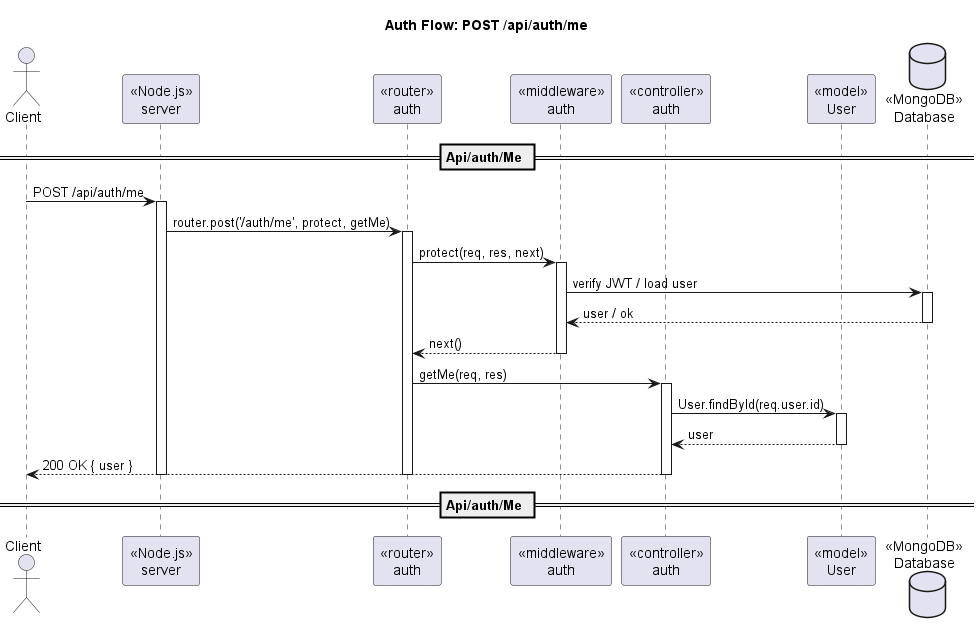
This is out/docs/diagram/sequence/seq_auth_me_post.png from 098ff/ArtmaybeDEV, a PlantUML export, as it was before one commit.
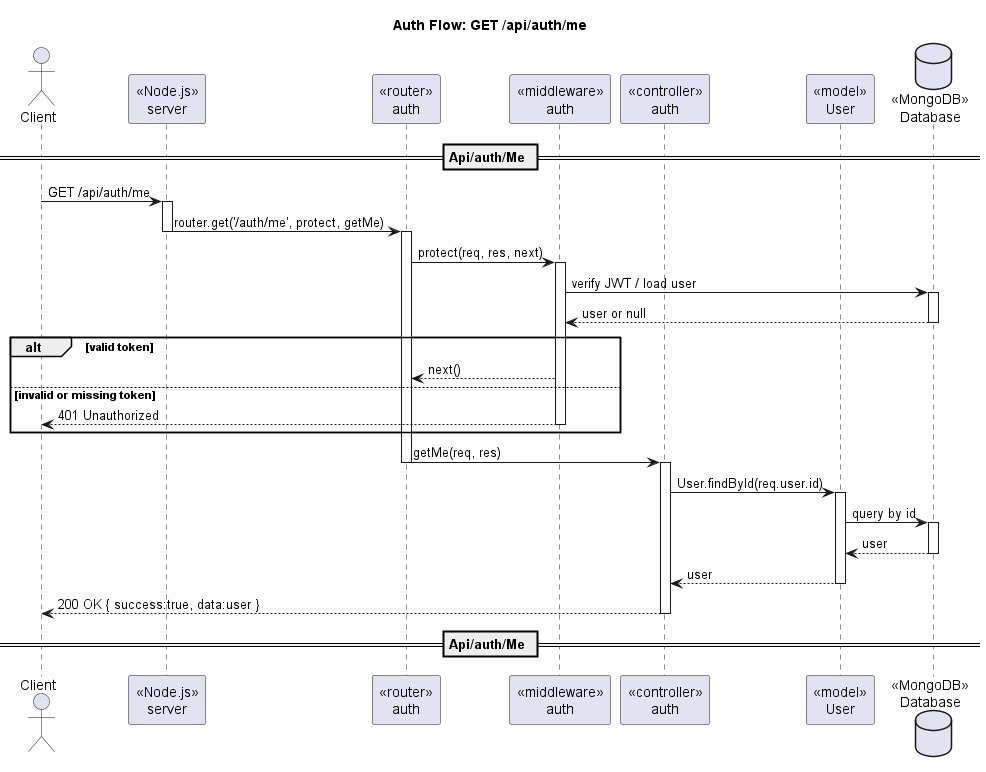
Above is the later version.

Diff of the diagram source:
```diff
@@ -1,5 +1,5 @@
 @startuml
-title Auth Flow: POST /api/auth/me
+title Auth Flow: GET /api/auth/me
 actor Client
 participant "«Node.js»\nserver" as Server
 participant "«router»\nauth" as Router
@@ -9,25 +9,41 @@
 database "«MongoDB»\nDatabase" as DB
 
 == Api/auth/Me ==
-Client -> Server : POST /api/auth/me
+Client -> Server : GET /api/auth/me
 activate Server
-Server -> Router : router.post('/auth/me', protect, getMe)
+Server -> Router : router.get('/auth/me', protect, getMe)
+deactivate Server
 activate Router
+
 Router -> AuthMW : protect(req, res, next)
 activate AuthMW
 AuthMW -> DB : verify JWT / load user
 activate DB
-DB --> AuthMW : user / ok
+DB --> AuthMW : user or null
 deactivate DB
-AuthMW --> Router : next()
-deactivate AuthMW
+
+alt valid token
+  AuthMW --> Router : next()
+else invalid or missing token
+  AuthMW --> Client : 401 Unauthorized
+  deactivate AuthMW
+end
+
 Router -> Ctrl : getMe(req, res)
+deactivate Router
 activate Ctrl
+
 Ctrl -> UserModel : User.findById(req.user.id)
 activate UserModel
+UserModel -> DB : query by id
+activate DB
+DB --> UserModel : user
+deactivate DB
 UserModel --> Ctrl : user
 deactivate UserModel
-Ctrl --> Client : 200 OK { user }
+
+Ctrl --> Client : 200 OK { success:true, data:user }
+
 deactivate Ctrl
 deactivate Router
 deactivate Server
```
